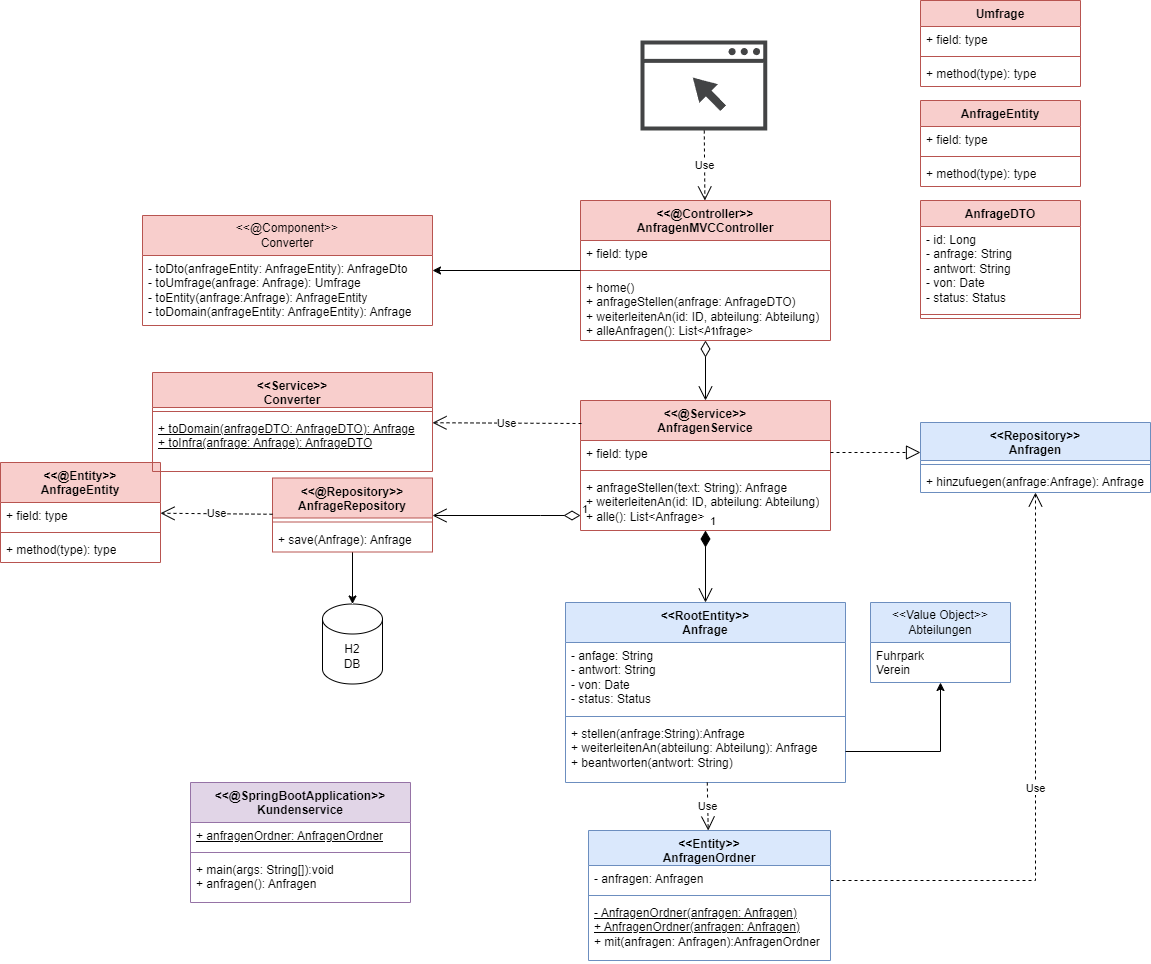
Above: umlDb.png in HLWoock/DDD_Kundenservice_map (draw.io), before the change. Source tidied: cells renumbered, new cells last; positions are measured from the earlier drawing's top-left corner, leaving out a move shared by most shapes.
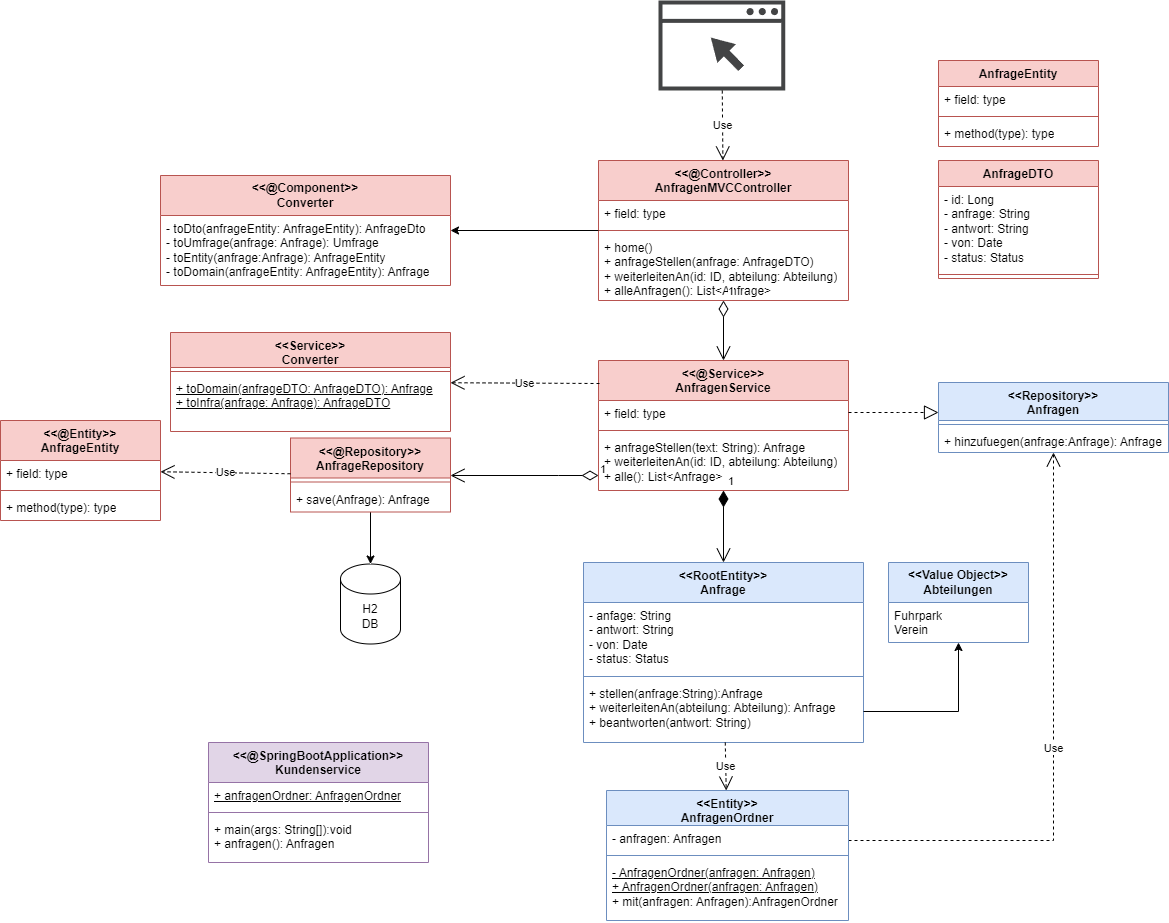
The same file after the commit.

Commit message:
Diagramme upgedated

The edit, as a diff of the source:
```diff
@@ -33,7 +33,7 @@
       <mxGeometry x="322" y="603.5" width="60" height="80" as="geometry" />
     </mxCell>
     <mxCell id="12" value="&amp;lt;&amp;lt;@Entity&amp;gt;&amp;gt;&lt;br&gt;AnfrageEntity" style="swimlane;fontStyle=1;align=center;verticalAlign=top;horizontal=1;startSize=40;whiteSpace=wrap;html=1;fillColor=#f8cecc;strokeColor=#b85450;" parent="1" vertex="1">
-      <mxGeometry y="462" width="160" height="100" as="geometry" />
+      <mxGeometry x="-18" y="460" width="160" height="100" as="geometry" />
     </mxCell>
     <mxCell id="13" value="+ field: type" style="text;strokeColor=none;fillColor=none;align=left;verticalAlign=top;spacingLeft=4;spacingRight=4;overflow=hidden;whiteSpace=wrap;html=1;" parent="12" vertex="1">
       <mxGeometry y="40" width="160" height="26" as="geometry" />
@@ -159,7 +159,7 @@
         </Array>
       </mxGeometry>
     </mxCell>
-    <mxCell id="50" value="&amp;lt;&amp;lt;@Component&amp;gt;&amp;gt;&lt;br&gt;Converter" style="swimlane;fontStyle=0;horizontal=1;startSize=40;fillColor=#f8cecc;whiteSpace=wrap;html=1;strokeColor=#b85450;" parent="1" vertex="1">
+    <mxCell id="50" value="&lt;b&gt;&amp;lt;&amp;lt;@Component&amp;gt;&amp;gt;&lt;br&gt;Converter&lt;/b&gt;" style="swimlane;fontStyle=0;horizontal=1;startSize=40;fillColor=#f8cecc;whiteSpace=wrap;html=1;strokeColor=#b85450;" parent="1" vertex="1">
       <mxGeometry x="142" y="215" width="290" height="110" as="geometry" />
     </mxCell>
     <mxCell id="51" value="- toDto(anfrageEntity: AnfrageEntity): AnfrageDto&lt;br&gt;- toUmfrage(anfrage: Anfrage): Umfrage&lt;br&gt;- toEntity(anfrage:Anfrage): AnfrageEntity&lt;br&gt;- toDomain(anfrageEntity: AnfrageEntity): Anfrage" style="text;strokeColor=none;fillColor=none;align=left;verticalAlign=top;spacingLeft=4;spacingRight=4;overflow=hidden;whiteSpace=wrap;html=1;" parent="50" vertex="1">
@@ -168,7 +168,7 @@
     <mxCell id="52" style="edgeStyle=orthogonalEdgeStyle;rounded=0;jettySize=auto;html=1;" parent="1" edge="1" source="4" target="50">
       <mxGeometry relative="1" as="geometry" />
     </mxCell>
-    <mxCell id="53" value="&amp;lt;&amp;lt;Value Object&amp;gt;&amp;gt;&lt;br&gt;Abteilungen" style="swimlane;fontStyle=0;horizontal=1;startSize=40;fillColor=#dae8fc;whiteSpace=wrap;html=1;strokeColor=#6c8ebf;" parent="1" vertex="1">
+    <mxCell id="53" value="&lt;b&gt;&amp;lt;&amp;lt;Value Object&amp;gt;&amp;gt;&lt;br&gt;Abteilungen&lt;/b&gt;" style="swimlane;fontStyle=0;horizontal=1;startSize=40;fillColor=#dae8fc;whiteSpace=wrap;html=1;strokeColor=#6c8ebf;" parent="1" vertex="1">
       <mxGeometry x="870" y="602" width="140" height="80" as="geometry" />
     </mxCell>
     <mxCell id="54" value="Fuhrpark&lt;br&gt;Verein" style="text;strokeColor=none;fillColor=none;align=left;verticalAlign=top;spacingLeft=4;spacingRight=4;overflow=hidden;whiteSpace=wrap;html=1;" parent="53" vertex="1">
@@ -189,17 +189,5 @@
     <mxCell id="59" value="+ method(type): type" style="text;strokeColor=none;fillColor=none;align=left;verticalAlign=top;spacingLeft=4;spacingRight=4;overflow=hidden;whiteSpace=wrap;html=1;" parent="56" vertex="1">
       <mxGeometry y="60" width="160" height="26" as="geometry" />
     </mxCell>
-    <mxCell id="60" value="Umfrage" style="swimlane;fontStyle=1;align=center;verticalAlign=top;horizontal=1;startSize=26;whiteSpace=wrap;html=1;fillColor=#f8cecc;strokeColor=#b85450;" parent="1" vertex="1">
-      <mxGeometry x="920" width="160" height="86" as="geometry" />
-    </mxCell>
-    <mxCell id="61" value="+ field: type" style="text;strokeColor=none;fillColor=none;align=left;verticalAlign=top;spacingLeft=4;spacingRight=4;overflow=hidden;whiteSpace=wrap;html=1;" parent="60" vertex="1">
-      <mxGeometry y="26" width="160" height="26" as="geometry" />
-    </mxCell>
-    <mxCell id="62" style="line;strokeWidth=1;fillColor=none;align=left;verticalAlign=middle;spacingTop=-1;spacingLeft=3;spacingRight=3;labelPosition=right;strokeColor=inherit;" parent="60" vertex="1">
-      <mxGeometry y="52" width="160" height="8" as="geometry" />
-    </mxCell>
-    <mxCell id="63" value="+ method(type): type" style="text;strokeColor=none;fillColor=none;align=left;verticalAlign=top;spacingLeft=4;spacingRight=4;overflow=hidden;whiteSpace=wrap;html=1;" parent="60" vertex="1">
-      <mxGeometry y="60" width="160" height="26" as="geometry" />
-    </mxCell>
   </root>
 </mxGraphModel>
```
